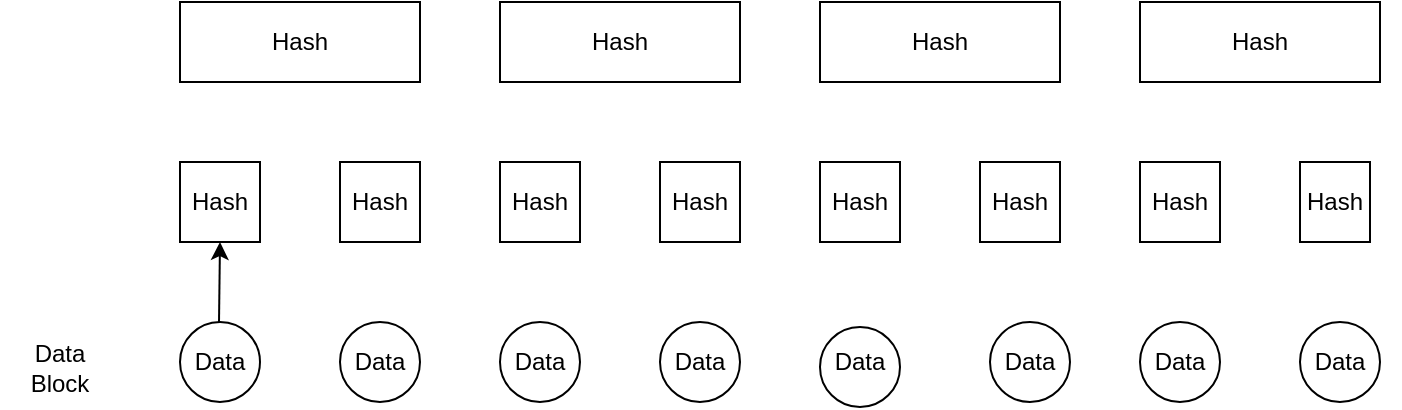
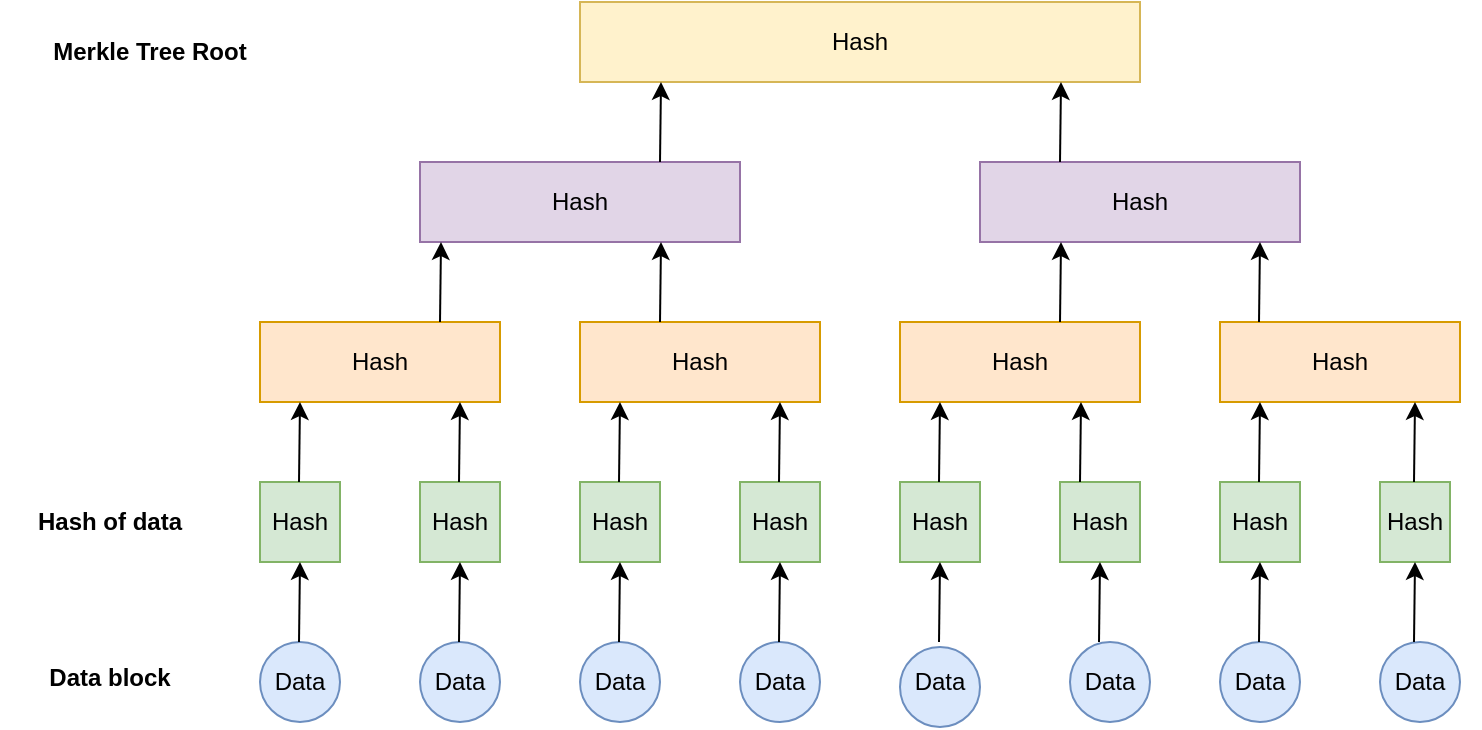
<mxfile host="app.diagrams.net">
  <diagram name="Page-1" id="n9avPNRuWvejZe3Pj7OS">
    <mxGraphModel dx="1911" dy="569" grid="1" gridSize="10" guides="1" tooltips="1" connect="1" arrows="1" fold="1" page="1" pageScale="1" pageWidth="850" pageHeight="1100" math="0" shadow="0">
      <root>
        <mxCell id="0" />
        <mxCell id="1" parent="0" />
-         <mxCell id="N95eMO5Q5sqeaVTdyBPK-1" parent="1" style="ellipse;whiteSpace=wrap;html=1;" value="" vertex="1">
+         <mxCell id="N95eMO5Q5sqeaVTdyBPK-1" parent="1" style="ellipse;whiteSpace=wrap;html=1;fillColor=#dae8fc;strokeColor=#6c8ebf;" value="" vertex="1">
          <mxGeometry height="40" width="40" y="400" as="geometry" />
        </mxCell>
-         <mxCell id="N95eMO5Q5sqeaVTdyBPK-9" parent="1" style="text;html=1;whiteSpace=wrap;strokeColor=none;fillColor=none;align=center;verticalAlign=middle;rounded=0;" value="Data" vertex="1">
+         <mxCell id="N95eMO5Q5sqeaVTdyBPK-9" parent="1" style="text;html=1;whiteSpace=wrap;align=center;verticalAlign=middle;rounded=0;" value="Data" vertex="1">
          <mxGeometry height="30" width="60" x="-10" y="405" as="geometry" />
        </mxCell>
-         <mxCell id="N95eMO5Q5sqeaVTdyBPK-14" parent="1" style="ellipse;whiteSpace=wrap;html=1;" value="" vertex="1">
+         <mxCell id="N95eMO5Q5sqeaVTdyBPK-14" parent="1" style="ellipse;whiteSpace=wrap;html=1;fillColor=#dae8fc;strokeColor=#6c8ebf;" value="" vertex="1">
          <mxGeometry height="40" width="40" x="405" y="400" as="geometry" />
        </mxCell>
        <mxCell id="N95eMO5Q5sqeaVTdyBPK-15" parent="1" style="text;html=1;whiteSpace=wrap;strokeColor=none;fillColor=none;align=center;verticalAlign=middle;rounded=0;" value="Data" vertex="1">
          <mxGeometry height="30" width="60" x="395" y="405" as="geometry" />
        </mxCell>
-         <mxCell id="N95eMO5Q5sqeaVTdyBPK-16" parent="1" style="ellipse;whiteSpace=wrap;html=1;" value="" vertex="1">
+         <mxCell id="N95eMO5Q5sqeaVTdyBPK-16" parent="1" style="ellipse;whiteSpace=wrap;html=1;fillColor=#dae8fc;strokeColor=#6c8ebf;" value="" vertex="1">
          <mxGeometry height="40" width="40" x="320" y="402.5" as="geometry" />
        </mxCell>
        <mxCell id="N95eMO5Q5sqeaVTdyBPK-17" parent="1" style="text;html=1;whiteSpace=wrap;strokeColor=none;fillColor=none;align=center;verticalAlign=middle;rounded=0;" value="Data" vertex="1">
          <mxGeometry height="30" width="60" x="310" y="405" as="geometry" />
        </mxCell>
-         <mxCell id="N95eMO5Q5sqeaVTdyBPK-18" parent="1" style="ellipse;whiteSpace=wrap;html=1;" value="" vertex="1">
+         <mxCell id="N95eMO5Q5sqeaVTdyBPK-18" parent="1" style="ellipse;whiteSpace=wrap;html=1;fillColor=#dae8fc;strokeColor=#6c8ebf;" value="" vertex="1">
          <mxGeometry height="40" width="40" x="160" y="400" as="geometry" />
        </mxCell>
-         <mxCell id="N95eMO5Q5sqeaVTdyBPK-19" parent="1" style="text;html=1;whiteSpace=wrap;strokeColor=none;fillColor=none;align=center;verticalAlign=middle;rounded=0;" value="Data" vertex="1">
+         <mxCell id="N95eMO5Q5sqeaVTdyBPK-19" parent="1" style="text;html=1;whiteSpace=wrap;align=center;verticalAlign=middle;rounded=0;" value="Data" vertex="1">
          <mxGeometry height="30" width="60" x="150" y="405" as="geometry" />
        </mxCell>
-         <mxCell id="N95eMO5Q5sqeaVTdyBPK-20" parent="1" style="ellipse;whiteSpace=wrap;html=1;" value="" vertex="1">
+         <mxCell id="N95eMO5Q5sqeaVTdyBPK-20" parent="1" style="ellipse;whiteSpace=wrap;html=1;fillColor=#dae8fc;strokeColor=#6c8ebf;" value="" vertex="1">
          <mxGeometry height="40" width="40" x="240" y="400" as="geometry" />
        </mxCell>
-         <mxCell id="N95eMO5Q5sqeaVTdyBPK-21" parent="1" style="text;html=1;whiteSpace=wrap;strokeColor=none;fillColor=none;align=center;verticalAlign=middle;rounded=0;" value="Data" vertex="1">
+         <mxCell id="N95eMO5Q5sqeaVTdyBPK-21" parent="1" style="text;html=1;whiteSpace=wrap;align=center;verticalAlign=middle;rounded=0;" value="Data" vertex="1">
          <mxGeometry height="30" width="60" x="230" y="405" as="geometry" />
        </mxCell>
-         <mxCell id="N95eMO5Q5sqeaVTdyBPK-22" parent="1" style="ellipse;whiteSpace=wrap;html=1;" value="" vertex="1">
+         <mxCell id="N95eMO5Q5sqeaVTdyBPK-22" parent="1" style="ellipse;whiteSpace=wrap;html=1;fillColor=#dae8fc;strokeColor=#6c8ebf;" value="" vertex="1">
          <mxGeometry height="40" width="40" x="560" y="400" as="geometry" />
        </mxCell>
-         <mxCell id="N95eMO5Q5sqeaVTdyBPK-23" parent="1" style="text;html=1;whiteSpace=wrap;strokeColor=none;fillColor=none;align=center;verticalAlign=middle;rounded=0;" value="Data" vertex="1">
+         <mxCell id="N95eMO5Q5sqeaVTdyBPK-23" parent="1" style="text;html=1;whiteSpace=wrap;align=center;verticalAlign=middle;rounded=0;" value="Data" vertex="1">
          <mxGeometry height="30" width="60" x="550" y="405" as="geometry" />
        </mxCell>
-         <mxCell id="N95eMO5Q5sqeaVTdyBPK-24" parent="1" style="ellipse;whiteSpace=wrap;html=1;" value="" vertex="1">
+         <mxCell id="N95eMO5Q5sqeaVTdyBPK-24" parent="1" style="ellipse;whiteSpace=wrap;html=1;fillColor=#dae8fc;strokeColor=#6c8ebf;" value="" vertex="1">
          <mxGeometry height="40" width="40" x="480" y="400" as="geometry" />
        </mxCell>
-         <mxCell id="N95eMO5Q5sqeaVTdyBPK-25" parent="1" style="text;html=1;whiteSpace=wrap;strokeColor=none;fillColor=none;align=center;verticalAlign=middle;rounded=0;" value="Data" vertex="1">
+         <mxCell id="N95eMO5Q5sqeaVTdyBPK-25" parent="1" style="text;html=1;whiteSpace=wrap;align=center;verticalAlign=middle;rounded=0;" value="Data" vertex="1">
          <mxGeometry height="30" width="60" x="470" y="405" as="geometry" />
        </mxCell>
-         <mxCell id="N95eMO5Q5sqeaVTdyBPK-29" parent="1" style="ellipse;whiteSpace=wrap;html=1;" value="" vertex="1">
+         <mxCell id="N95eMO5Q5sqeaVTdyBPK-29" parent="1" style="ellipse;whiteSpace=wrap;html=1;fillColor=#dae8fc;strokeColor=#6c8ebf;" value="" vertex="1">
          <mxGeometry height="40" width="40" x="80" y="400" as="geometry" />
        </mxCell>
-         <mxCell id="N95eMO5Q5sqeaVTdyBPK-30" parent="1" style="text;html=1;whiteSpace=wrap;strokeColor=none;fillColor=none;align=center;verticalAlign=middle;rounded=0;" value="Data" vertex="1">
+         <mxCell id="N95eMO5Q5sqeaVTdyBPK-30" parent="1" style="text;html=1;whiteSpace=wrap;align=center;verticalAlign=middle;rounded=0;" value="Data" vertex="1">
          <mxGeometry height="30" width="60" x="70" y="405" as="geometry" />
        </mxCell>
-         <mxCell id="N95eMO5Q5sqeaVTdyBPK-31" parent="1" style="text;html=1;whiteSpace=wrap;strokeColor=none;fillColor=none;align=center;verticalAlign=middle;rounded=0;" value="Data Block" vertex="1">
-           <mxGeometry height="30" width="60" x="-90" y="407.5" as="geometry" />
-         </mxCell>
-         <mxCell id="N95eMO5Q5sqeaVTdyBPK-32" parent="1" style="text;html=1;whiteSpace=wrap;strokeColor=default;fillColor=none;align=center;verticalAlign=middle;rounded=0;" value="Hash" vertex="1">
+         <mxCell id="N95eMO5Q5sqeaVTdyBPK-32" parent="1" style="text;html=1;whiteSpace=wrap;strokeColor=#82b366;fillColor=#d5e8d4;align=center;verticalAlign=middle;rounded=0;" value="Hash" vertex="1">
          <mxGeometry height="40" width="40" y="320" as="geometry" />
        </mxCell>
-         <mxCell id="N95eMO5Q5sqeaVTdyBPK-34" parent="1" style="text;html=1;whiteSpace=wrap;strokeColor=default;fillColor=none;align=center;verticalAlign=middle;rounded=0;" value="Hash" vertex="1">
+         <mxCell id="N95eMO5Q5sqeaVTdyBPK-34" parent="1" style="text;html=1;whiteSpace=wrap;strokeColor=#82b366;fillColor=#d5e8d4;align=center;verticalAlign=middle;rounded=0;" value="Hash" vertex="1">
          <mxGeometry height="40" width="40" x="80" y="320" as="geometry" />
        </mxCell>
-         <mxCell id="N95eMO5Q5sqeaVTdyBPK-35" parent="1" style="text;html=1;whiteSpace=wrap;strokeColor=default;fillColor=none;align=center;verticalAlign=middle;rounded=0;" value="Hash" vertex="1">
+         <mxCell id="N95eMO5Q5sqeaVTdyBPK-35" parent="1" style="text;html=1;whiteSpace=wrap;strokeColor=#82b366;fillColor=#d5e8d4;align=center;verticalAlign=middle;rounded=0;" value="Hash" vertex="1">
          <mxGeometry height="40" width="40" x="160" y="320" as="geometry" />
        </mxCell>
-         <mxCell id="N95eMO5Q5sqeaVTdyBPK-36" parent="1" style="text;html=1;whiteSpace=wrap;strokeColor=default;fillColor=none;align=center;verticalAlign=middle;rounded=0;" value="Hash" vertex="1">
+         <mxCell id="N95eMO5Q5sqeaVTdyBPK-36" parent="1" style="text;html=1;whiteSpace=wrap;strokeColor=#82b366;fillColor=#d5e8d4;align=center;verticalAlign=middle;rounded=0;" value="Hash" vertex="1">
          <mxGeometry height="40" width="40" x="240" y="320" as="geometry" />
        </mxCell>
-         <mxCell id="N95eMO5Q5sqeaVTdyBPK-37" parent="1" style="text;html=1;whiteSpace=wrap;strokeColor=default;fillColor=none;align=center;verticalAlign=middle;rounded=0;" value="Hash" vertex="1">
+         <mxCell id="N95eMO5Q5sqeaVTdyBPK-37" parent="1" style="text;html=1;whiteSpace=wrap;strokeColor=#82b366;fillColor=#d5e8d4;align=center;verticalAlign=middle;rounded=0;" value="Hash" vertex="1">
          <mxGeometry height="40" width="40" x="320" y="320" as="geometry" />
        </mxCell>
-         <mxCell id="N95eMO5Q5sqeaVTdyBPK-38" parent="1" style="text;html=1;whiteSpace=wrap;strokeColor=default;fillColor=none;align=center;verticalAlign=middle;rounded=0;" value="Hash" vertex="1">
+         <mxCell id="N95eMO5Q5sqeaVTdyBPK-38" parent="1" style="text;html=1;whiteSpace=wrap;strokeColor=#82b366;fillColor=#d5e8d4;align=center;verticalAlign=middle;rounded=0;" value="Hash" vertex="1">
          <mxGeometry height="40" width="40" x="400" y="320" as="geometry" />
        </mxCell>
-         <mxCell id="N95eMO5Q5sqeaVTdyBPK-39" parent="1" style="text;html=1;whiteSpace=wrap;strokeColor=default;fillColor=none;align=center;verticalAlign=middle;rounded=0;" value="Hash" vertex="1">
+         <mxCell id="N95eMO5Q5sqeaVTdyBPK-39" parent="1" style="text;html=1;whiteSpace=wrap;strokeColor=#82b366;fillColor=#d5e8d4;align=center;verticalAlign=middle;rounded=0;" value="Hash" vertex="1">
          <mxGeometry height="40" width="40" x="480" y="320" as="geometry" />
        </mxCell>
-         <mxCell id="N95eMO5Q5sqeaVTdyBPK-40" parent="1" style="text;html=1;whiteSpace=wrap;strokeColor=default;fillColor=none;align=center;verticalAlign=middle;rounded=0;" value="Hash" vertex="1">
+         <mxCell id="N95eMO5Q5sqeaVTdyBPK-40" parent="1" style="text;html=1;whiteSpace=wrap;strokeColor=#82b366;fillColor=#d5e8d4;align=center;verticalAlign=middle;rounded=0;" value="Hash" vertex="1">
          <mxGeometry height="40" width="35" x="560" y="320" as="geometry" />
        </mxCell>
-         <mxCell id="N95eMO5Q5sqeaVTdyBPK-42" parent="1" style="text;html=1;whiteSpace=wrap;strokeColor=default;fillColor=none;align=center;verticalAlign=middle;rounded=0;" value="Hash" vertex="1">
+         <mxCell id="N95eMO5Q5sqeaVTdyBPK-42" parent="1" style="text;html=1;whiteSpace=wrap;strokeColor=#d79b00;fillColor=#ffe6cc;align=center;verticalAlign=middle;rounded=0;" value="Hash" vertex="1">
          <mxGeometry height="40" width="120" y="240" as="geometry" />
        </mxCell>
-         <mxCell id="N95eMO5Q5sqeaVTdyBPK-43" parent="1" style="text;html=1;whiteSpace=wrap;strokeColor=default;fillColor=none;align=center;verticalAlign=middle;rounded=0;" value="Hash" vertex="1">
+         <mxCell id="N95eMO5Q5sqeaVTdyBPK-43" parent="1" style="text;html=1;whiteSpace=wrap;strokeColor=#d79b00;fillColor=#ffe6cc;align=center;verticalAlign=middle;rounded=0;" value="Hash" vertex="1">
          <mxGeometry height="40" width="120" x="160" y="240" as="geometry" />
        </mxCell>
-         <mxCell id="N95eMO5Q5sqeaVTdyBPK-44" parent="1" style="text;html=1;whiteSpace=wrap;strokeColor=default;fillColor=none;align=center;verticalAlign=middle;rounded=0;" value="Hash" vertex="1">
+         <mxCell id="N95eMO5Q5sqeaVTdyBPK-44" parent="1" style="text;html=1;whiteSpace=wrap;strokeColor=#d79b00;fillColor=#ffe6cc;align=center;verticalAlign=middle;rounded=0;" value="Hash" vertex="1">
          <mxGeometry height="40" width="120" x="320" y="240" as="geometry" />
        </mxCell>
-         <mxCell id="N95eMO5Q5sqeaVTdyBPK-45" parent="1" style="text;html=1;whiteSpace=wrap;strokeColor=default;fillColor=none;align=center;verticalAlign=middle;rounded=0;" value="Hash" vertex="1">
+         <mxCell id="N95eMO5Q5sqeaVTdyBPK-45" parent="1" style="text;html=1;whiteSpace=wrap;strokeColor=#d79b00;fillColor=#ffe6cc;align=center;verticalAlign=middle;rounded=0;" value="Hash" vertex="1">
          <mxGeometry height="40" width="120" x="480" y="240" as="geometry" />
        </mxCell>
        <mxCell id="N95eMO5Q5sqeaVTdyBPK-46" edge="1" parent="1" style="endArrow=classic;html=1;rounded=0;entryX=0.5;entryY=1;entryDx=0;entryDy=0;" target="N95eMO5Q5sqeaVTdyBPK-32" value="">
          <mxGeometry height="50" relative="1" width="50" as="geometry">
            <mxPoint x="19.5" y="400" as="sourcePoint" />
            <mxPoint x="19.5" y="370" as="targetPoint" />
          </mxGeometry>
+         </mxCell>
+         <mxCell id="N95eMO5Q5sqeaVTdyBPK-47" edge="1" parent="1" style="endArrow=classic;html=1;rounded=0;entryX=0.5;entryY=1;entryDx=0;entryDy=0;" value="">
+           <mxGeometry height="50" relative="1" width="50" as="geometry">
+             <mxPoint x="99.5" y="400" as="sourcePoint" />
+             <mxPoint x="100" y="360" as="targetPoint" />
+           </mxGeometry>
+         </mxCell>
+         <mxCell id="N95eMO5Q5sqeaVTdyBPK-48" edge="1" parent="1" style="endArrow=classic;html=1;rounded=0;entryX=0.5;entryY=1;entryDx=0;entryDy=0;" value="">
+           <mxGeometry height="50" relative="1" width="50" as="geometry">
+             <mxPoint x="179.5" y="400" as="sourcePoint" />
+             <mxPoint x="180" y="360" as="targetPoint" />
+           </mxGeometry>
+         </mxCell>
+         <mxCell id="N95eMO5Q5sqeaVTdyBPK-49" edge="1" parent="1" style="endArrow=classic;html=1;rounded=0;entryX=0.5;entryY=1;entryDx=0;entryDy=0;" value="">
+           <mxGeometry height="50" relative="1" width="50" as="geometry">
+             <mxPoint x="259.5" y="400" as="sourcePoint" />
+             <mxPoint x="260" y="360" as="targetPoint" />
+           </mxGeometry>
+         </mxCell>
+         <mxCell id="N95eMO5Q5sqeaVTdyBPK-50" edge="1" parent="1" style="endArrow=classic;html=1;rounded=0;entryX=0.5;entryY=1;entryDx=0;entryDy=0;" value="">
+           <mxGeometry height="50" relative="1" width="50" as="geometry">
+             <mxPoint x="339.5" y="400" as="sourcePoint" />
+             <mxPoint x="340" y="360" as="targetPoint" />
+           </mxGeometry>
+         </mxCell>
+         <mxCell id="N95eMO5Q5sqeaVTdyBPK-51" edge="1" parent="1" style="endArrow=classic;html=1;rounded=0;entryX=0.5;entryY=1;entryDx=0;entryDy=0;" value="">
+           <mxGeometry height="50" relative="1" width="50" as="geometry">
+             <mxPoint x="419.5" y="400" as="sourcePoint" />
+             <mxPoint x="420" y="360" as="targetPoint" />
+           </mxGeometry>
+         </mxCell>
+         <mxCell id="N95eMO5Q5sqeaVTdyBPK-52" edge="1" parent="1" style="endArrow=classic;html=1;rounded=0;entryX=0.5;entryY=1;entryDx=0;entryDy=0;" value="">
+           <mxGeometry height="50" relative="1" width="50" as="geometry">
+             <mxPoint x="499.5" y="400" as="sourcePoint" />
+             <mxPoint x="500" y="360" as="targetPoint" />
+           </mxGeometry>
+         </mxCell>
+         <mxCell id="N95eMO5Q5sqeaVTdyBPK-54" edge="1" parent="1" style="endArrow=classic;html=1;rounded=0;entryX=0.5;entryY=1;entryDx=0;entryDy=0;" value="">
+           <mxGeometry height="50" relative="1" width="50" as="geometry">
+             <mxPoint x="19.5" y="320" as="sourcePoint" />
+             <mxPoint x="20" y="280" as="targetPoint" />
+           </mxGeometry>
+         </mxCell>
+         <mxCell id="N95eMO5Q5sqeaVTdyBPK-55" edge="1" parent="1" style="endArrow=classic;html=1;rounded=0;entryX=0.5;entryY=1;entryDx=0;entryDy=0;" value="">
+           <mxGeometry height="50" relative="1" width="50" as="geometry">
+             <mxPoint x="99.5" y="320" as="sourcePoint" />
+             <mxPoint x="100" y="280" as="targetPoint" />
+           </mxGeometry>
+         </mxCell>
+         <mxCell id="N95eMO5Q5sqeaVTdyBPK-56" edge="1" parent="1" style="endArrow=classic;html=1;rounded=0;entryX=0.5;entryY=1;entryDx=0;entryDy=0;" value="">
+           <mxGeometry height="50" relative="1" width="50" as="geometry">
+             <mxPoint x="179.5" y="320" as="sourcePoint" />
+             <mxPoint x="180" y="280" as="targetPoint" />
+           </mxGeometry>
+         </mxCell>
+         <mxCell id="N95eMO5Q5sqeaVTdyBPK-57" edge="1" parent="1" style="endArrow=classic;html=1;rounded=0;entryX=0.5;entryY=1;entryDx=0;entryDy=0;" value="">
+           <mxGeometry height="50" relative="1" width="50" as="geometry">
+             <mxPoint x="259.5" y="320" as="sourcePoint" />
+             <mxPoint x="260" y="280" as="targetPoint" />
+           </mxGeometry>
+         </mxCell>
+         <mxCell id="N95eMO5Q5sqeaVTdyBPK-58" edge="1" parent="1" style="endArrow=classic;html=1;rounded=0;entryX=0.5;entryY=1;entryDx=0;entryDy=0;" value="">
+           <mxGeometry height="50" relative="1" width="50" as="geometry">
+             <mxPoint x="410" y="320" as="sourcePoint" />
+             <mxPoint x="410.5" y="280" as="targetPoint" />
+           </mxGeometry>
+         </mxCell>
+         <mxCell id="N95eMO5Q5sqeaVTdyBPK-59" edge="1" parent="1" style="endArrow=classic;html=1;rounded=0;entryX=0.5;entryY=1;entryDx=0;entryDy=0;" value="">
+           <mxGeometry height="50" relative="1" width="50" as="geometry">
+             <mxPoint x="339.5" y="320" as="sourcePoint" />
+             <mxPoint x="340" y="280" as="targetPoint" />
+           </mxGeometry>
+         </mxCell>
+         <mxCell id="N95eMO5Q5sqeaVTdyBPK-60" edge="1" parent="1" style="endArrow=classic;html=1;rounded=0;entryX=0.5;entryY=1;entryDx=0;entryDy=0;" value="">
+           <mxGeometry height="50" relative="1" width="50" as="geometry">
+             <mxPoint x="499.5" y="320" as="sourcePoint" />
+             <mxPoint x="500" y="280" as="targetPoint" />
+           </mxGeometry>
+         </mxCell>
+         <mxCell id="N95eMO5Q5sqeaVTdyBPK-61" edge="1" parent="1" style="endArrow=classic;html=1;rounded=0;entryX=0.5;entryY=1;entryDx=0;entryDy=0;" value="">
+           <mxGeometry height="50" relative="1" width="50" as="geometry">
+             <mxPoint x="577" y="320" as="sourcePoint" />
+             <mxPoint x="577.5" y="280" as="targetPoint" />
+           </mxGeometry>
+         </mxCell>
+         <mxCell id="N95eMO5Q5sqeaVTdyBPK-62" parent="1" style="text;html=1;whiteSpace=wrap;strokeColor=#9673a6;fillColor=#e1d5e7;align=center;verticalAlign=middle;rounded=0;" value="Hash" vertex="1">
+           <mxGeometry height="40" width="160" x="80" y="160" as="geometry" />
+         </mxCell>
+         <mxCell id="N95eMO5Q5sqeaVTdyBPK-63" parent="1" style="text;html=1;whiteSpace=wrap;strokeColor=#9673a6;fillColor=#e1d5e7;align=center;verticalAlign=middle;rounded=0;" value="Hash" vertex="1">
+           <mxGeometry height="40" width="160" x="360" y="160" as="geometry" />
+         </mxCell>
+         <mxCell id="N95eMO5Q5sqeaVTdyBPK-64" edge="1" parent="1" style="endArrow=classic;html=1;rounded=0;entryX=0.5;entryY=1;entryDx=0;entryDy=0;" value="">
+           <mxGeometry height="50" relative="1" width="50" as="geometry">
+             <mxPoint x="90" y="240" as="sourcePoint" />
+             <mxPoint x="90.5" y="200" as="targetPoint" />
+           </mxGeometry>
+         </mxCell>
+         <mxCell id="N95eMO5Q5sqeaVTdyBPK-65" edge="1" parent="1" style="endArrow=classic;html=1;rounded=0;entryX=0.5;entryY=1;entryDx=0;entryDy=0;" value="">
+           <mxGeometry height="50" relative="1" width="50" as="geometry">
+             <mxPoint x="200" y="240" as="sourcePoint" />
+             <mxPoint x="200.5" y="200" as="targetPoint" />
+           </mxGeometry>
+         </mxCell>
+         <mxCell id="N95eMO5Q5sqeaVTdyBPK-66" edge="1" parent="1" style="endArrow=classic;html=1;rounded=0;entryX=0.5;entryY=1;entryDx=0;entryDy=0;" value="">
+           <mxGeometry height="50" relative="1" width="50" as="geometry">
+             <mxPoint x="400" y="240" as="sourcePoint" />
+             <mxPoint x="400.5" y="200" as="targetPoint" />
+           </mxGeometry>
+         </mxCell>
+         <mxCell id="N95eMO5Q5sqeaVTdyBPK-67" edge="1" parent="1" style="endArrow=classic;html=1;rounded=0;entryX=0.5;entryY=1;entryDx=0;entryDy=0;" value="">
+           <mxGeometry height="50" relative="1" width="50" as="geometry">
+             <mxPoint x="499.5" y="240" as="sourcePoint" />
+             <mxPoint x="500" y="200" as="targetPoint" />
+           </mxGeometry>
+         </mxCell>
+         <mxCell id="N95eMO5Q5sqeaVTdyBPK-68" parent="1" style="text;html=1;whiteSpace=wrap;strokeColor=#d6b656;fillColor=#fff2cc;align=center;verticalAlign=middle;rounded=0;" value="Hash" vertex="1">
+           <mxGeometry height="40" width="280" x="160" y="80" as="geometry" />
+         </mxCell>
+         <mxCell id="N95eMO5Q5sqeaVTdyBPK-69" edge="1" parent="1" style="endArrow=classic;html=1;rounded=0;entryX=0.5;entryY=1;entryDx=0;entryDy=0;" value="">
+           <mxGeometry height="50" relative="1" width="50" as="geometry">
+             <mxPoint x="400" y="160" as="sourcePoint" />
+             <mxPoint x="400.5" y="120" as="targetPoint" />
+           </mxGeometry>
+         </mxCell>
+         <mxCell id="N95eMO5Q5sqeaVTdyBPK-70" edge="1" parent="1" style="endArrow=classic;html=1;rounded=0;entryX=0.5;entryY=1;entryDx=0;entryDy=0;" value="">
+           <mxGeometry height="50" relative="1" width="50" as="geometry">
+             <mxPoint x="200" y="160" as="sourcePoint" />
+             <mxPoint x="200.5" y="120" as="targetPoint" />
+           </mxGeometry>
+         </mxCell>
+         <mxCell id="N95eMO5Q5sqeaVTdyBPK-71" parent="1" style="text;html=1;whiteSpace=wrap;strokeColor=none;fillColor=none;align=center;verticalAlign=middle;rounded=0;" value="&lt;b&gt;Merkle Tree Root&lt;/b&gt;" vertex="1">
+           <mxGeometry height="50" width="110" x="-110" y="80" as="geometry" />
+         </mxCell>
+         <mxCell id="N95eMO5Q5sqeaVTdyBPK-72" parent="1" style="text;html=1;whiteSpace=wrap;strokeColor=none;fillColor=none;align=center;verticalAlign=middle;rounded=0;" value="&lt;b&gt;Data block&lt;/b&gt;" vertex="1">
+           <mxGeometry height="50" width="110" x="-130" y="392.5" as="geometry" />
+         </mxCell>
+         <mxCell id="N95eMO5Q5sqeaVTdyBPK-74" edge="1" parent="1" style="endArrow=classic;html=1;rounded=0;entryX=0.5;entryY=1;entryDx=0;entryDy=0;" value="">
+           <mxGeometry height="50" relative="1" width="50" as="geometry">
+             <mxPoint x="577" y="400" as="sourcePoint" />
+             <mxPoint x="577.5" y="360" as="targetPoint" />
+           </mxGeometry>
+         </mxCell>
+         <mxCell id="N95eMO5Q5sqeaVTdyBPK-75" parent="1" style="text;html=1;whiteSpace=wrap;strokeColor=none;fillColor=none;align=center;verticalAlign=middle;rounded=0;" value="&lt;b&gt;Hash of data&lt;/b&gt;" vertex="1">
+           <mxGeometry height="50" width="110" x="-130" y="315" as="geometry" />
        </mxCell>
      </root>
    </mxGraphModel>
  </diagram>
</mxfile>
